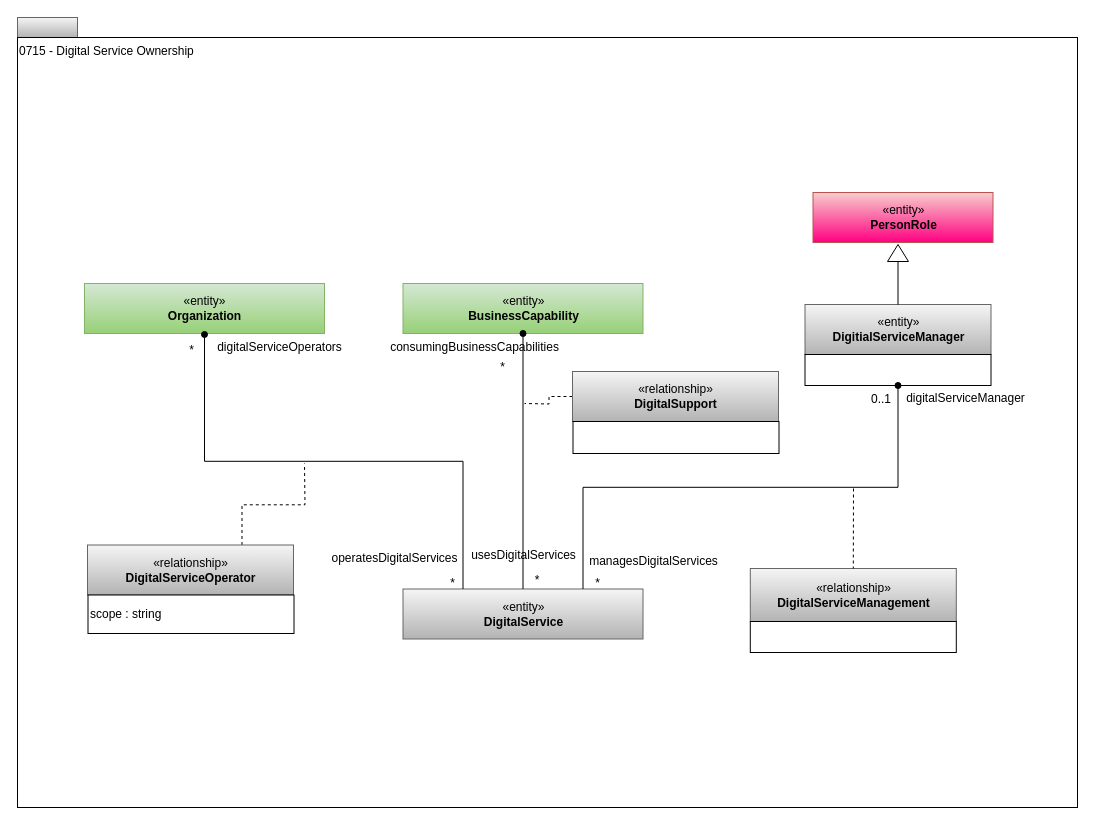
The draw.io diagram page "0715-Digital-Service-Ownership" (3 of 13) of site/docs/types/7/area-7-lineage.drawio in odpi/egeria-docs, before the edit. Source tidied: cells renumbered, new cells numbered last; positions are measured from the earlier drawing's top-left corner, leaving out a move shared by most shapes. Both pictures are drawn from the tidied source at 100%, with x=0, y=0 at pixel (17, 17).
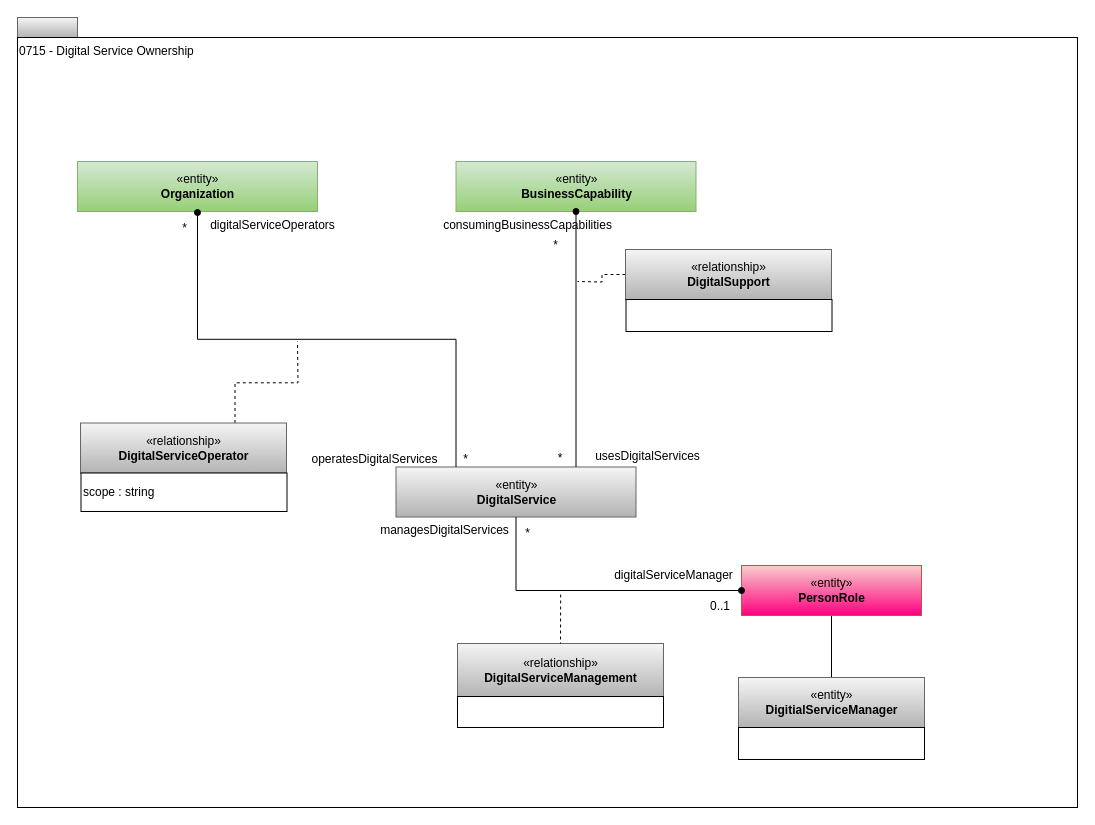
The same diagram, later.

The edit, as a diff of the source:
```diff
@@
     <mxCell id="4" style="edgeStyle=orthogonalEdgeStyle;rounded=0;html=1;exitX=0.75;exitY=0;dashed=1;endArrow=none;endFill=0;jettySize=auto;exitDx=0;exitDy=0;" parent="1" edge="1" source="5">
       <mxGeometry relative="1" as="geometry">
-        <mxPoint x="287" y="446" as="targetPoint" />
+        <mxPoint x="280" y="324" as="targetPoint" />
       </mxGeometry>
     </mxCell>
     <mxCell id="5" value="«relationship»&lt;br&gt;&lt;b&gt;DigitalServiceOperator&lt;/b&gt;" style="html=1;strokeColor=#666666;align=center;fillColor=#f5f5f5;gradientColor=#b3b3b3;" parent="1" vertex="1">
-      <mxGeometry x="70" y="527.5" width="206" height="50" as="geometry" />
+      <mxGeometry x="63" y="405.5" width="206" height="50" as="geometry" />
     </mxCell>
     <mxCell id="6" value="scope : string" style="rounded=0;whiteSpace=wrap;html=1;strokeColor=#000000;gradientColor=#ffffff;align=left;" parent="1" vertex="1">
-      <mxGeometry x="70.5" y="577.5" width="206" height="38.5" as="geometry" />
+      <mxGeometry x="63.5" y="455.5" width="206" height="38.5" as="geometry" />
     </mxCell>
     <mxCell id="7" value="«entity»&lt;br&gt;&lt;b&gt;DigitalService&lt;/b&gt;" style="html=1;strokeColor=#666666;align=center;fillColor=#f5f5f5;gradientColor=#b3b3b3;" parent="1" vertex="1">
-      <mxGeometry x="385.5" y="571.5" width="240" height="50" as="geometry" />
+      <mxGeometry x="378.5" y="449.5" width="240" height="50" as="geometry" />
     </mxCell>
     <mxCell id="8" value="«entity»&lt;br&gt;&lt;b&gt;BusinessCapability&lt;/b&gt;" style="html=1;strokeColor=#82b366;align=center;fillColor=#d5e8d4;gradientColor=#97d077;" parent="1" vertex="1">
-      <mxGeometry x="385.5" y="266" width="240" height="50" as="geometry" />
+      <mxGeometry x="438.5" y="144" width="240" height="50" as="geometry" />
     </mxCell>
     <mxCell id="9" style="edgeStyle=orthogonalEdgeStyle;rounded=0;html=1;exitX=0;exitY=0.5;endArrow=none;endFill=0;jettySize=auto;dashed=1;" parent="1" edge="1" source="10">
       <mxGeometry relative="1" as="geometry">
-        <mxPoint x="507" y="386" as="targetPoint" />
+        <mxPoint x="560" y="264" as="targetPoint" />
       </mxGeometry>
     </mxCell>
     <mxCell id="10" value="«relationship»&lt;br&gt;&lt;b&gt;DigitalSupport&lt;/b&gt;" style="html=1;strokeColor=#666666;align=center;fillColor=#f5f5f5;gradientColor=#b3b3b3;" parent="1" vertex="1">
-      <mxGeometry x="555" y="354" width="206" height="50" as="geometry" />
+      <mxGeometry x="608" y="232" width="206" height="50" as="geometry" />
     </mxCell>
     <mxCell id="11" style="rounded=0;whiteSpace=wrap;html=1;strokeColor=#000000;gradientColor=#ffffff;align=left;" parent="1" vertex="1">
-      <mxGeometry x="555.5" y="404" width="206" height="32" as="geometry" />
+      <mxGeometry x="608.5" y="282" width="206" height="32" as="geometry" />
     </mxCell>
     <mxCell id="12" value="digitalServiceOperators" style="text;html=1;align=center;verticalAlign=top;spacingTop=-4;" parent="1" vertex="1">
-      <mxGeometry x="192" y="320" width="140" height="20" as="geometry" />
+      <mxGeometry x="185" y="198" width="140" height="20" as="geometry" />
     </mxCell>
     <mxCell id="13" value="*" style="text;html=1;align=center;verticalAlign=top;spacingTop=-4;" parent="1" vertex="1">
-      <mxGeometry x="166" y="323" width="15" height="14" as="geometry" />
+      <mxGeometry x="159" y="201" width="15" height="14" as="geometry" />
     </mxCell>
     <mxCell id="14" value="*" style="text;html=1;align=center;verticalAlign=top;spacingTop=-4;" parent="1" vertex="1">
-      <mxGeometry x="427" y="555.5" width="15" height="14" as="geometry" />
+      <mxGeometry x="440" y="432" width="15" height="14" as="geometry" />
     </mxCell>
     <mxCell id="15" value="*" style="text;html=1;align=center;verticalAlign=top;spacingTop=-4;" parent="1" vertex="1">
-      <mxGeometry x="477" y="340" width="15" height="14" as="geometry" />
+      <mxGeometry x="530" y="218" width="15" height="14" as="geometry" />
     </mxCell>
     <mxCell id="16" value="*" style="text;html=1;align=center;verticalAlign=top;spacingTop=-4;" parent="1" vertex="1">
-      <mxGeometry x="572" y="555.5" width="15" height="14" as="geometry" />
+      <mxGeometry x="502.2" y="506" width="15" height="14" as="geometry" />
     </mxCell>
     <mxCell id="17" value="usesDigitalServices" style="text;html=1;align=center;verticalAlign=top;spacingTop=-4;" parent="1" vertex="1">
-      <mxGeometry x="445.5" y="527.5" width="120" height="20" as="geometry" />
+      <mxGeometry x="570" y="429" width="120" height="20" as="geometry" />
     </mxCell>
     <mxCell id="18" value="digitalServiceManager" style="text;html=1;align=center;verticalAlign=top;spacingTop=-4;" parent="1" vertex="1">
-      <mxGeometry x="883" y="371" width="130" height="20" as="geometry" />
+      <mxGeometry x="590.5" y="548" width="130" height="20" as="geometry" />
     </mxCell>
+    <mxCell id="36" style="edgeStyle=orthogonalEdgeStyle;rounded=0;jettySize=auto;html=1;exitX=0.5;exitY=0;exitDx=0;exitDy=0;endArrow=none;endFill=0;" parent="1" edge="1" source="19" target="27">
+      <mxGeometry relative="1" as="geometry" />
+    </mxCell>
     <mxCell id="19" value="«entity»&lt;br&gt;&lt;b&gt;DigitialServiceManager&lt;/b&gt;" style="html=1;strokeColor=#666666;align=center;fillColor=#f5f5f5;gradientColor=#b3b3b3;" parent="1" vertex="1">
-      <mxGeometry x="787.5" y="287" width="186" height="50" as="geometry" />
+      <mxGeometry x="721" y="660" width="186" height="50" as="geometry" />
     </mxCell>
     <mxCell id="20" value="0..1" style="text;html=1;strokeColor=none;fillColor=none;align=center;verticalAlign=middle;whiteSpace=wrap;rounded=0;" parent="1" vertex="1">
-      <mxGeometry x="851" y="373" width="26" height="18" as="geometry" />
+      <mxGeometry x="690" y="580" width="26" height="18" as="geometry" />
     </mxCell>
     <mxCell id="21" value="«relationship»&lt;br&gt;&lt;b&gt;DigitalServiceManagement&lt;/b&gt;" style="html=1;strokeColor=#666666;align=center;fillColor=#f5f5f5;gradientColor=#b3b3b3;" parent="1" vertex="1">
-      <mxGeometry x="732.8" y="551" width="206" height="53" as="geometry" />
+      <mxGeometry x="440" y="626" width="206" height="53" as="geometry" />
     </mxCell>
     <mxCell id="22" style="endArrow=none;dashed=1;html=1;entryX=0.5;entryY=0;entryDx=0;entryDy=0;" parent="1" edge="1" target="21">
       <mxGeometry relative="1" as="geometry">
-        <mxPoint x="836" y="471" as="sourcePoint" />
+        <mxPoint x="543.2" y="577" as="sourcePoint" />
       </mxGeometry>
     </mxCell>
     <mxCell id="23" style="rounded=0;whiteSpace=wrap;html=1;strokeColor=#000000;gradientColor=#ffffff;align=left;" parent="1" vertex="1">
-      <mxGeometry x="732.8" y="604" width="206" height="31" as="geometry" />
+      <mxGeometry x="440" y="679" width="206" height="31" as="geometry" />
     </mxCell>
     <mxCell id="24" value="consumingBusinessCapabilities" style="text;html=1;strokeColor=none;fillColor=none;align=center;verticalAlign=middle;whiteSpace=wrap;rounded=0;" parent="1" vertex="1">
-      <mxGeometry x="406.5" y="320" width="100.5" height="20" as="geometry" />
+      <mxGeometry x="459.5" y="198" width="100.5" height="20" as="geometry" />
     </mxCell>
     <mxCell id="25" value="managesDigitalServices" style="text;html=1;strokeColor=none;fillColor=none;align=center;verticalAlign=middle;whiteSpace=wrap;rounded=0;" parent="1" vertex="1">
-      <mxGeometry x="579" y="533.5" width="115" height="20" as="geometry" />
+      <mxGeometry x="370" y="503" width="115" height="20" as="geometry" />
     </mxCell>
     <mxCell id="26" value="*" style="text;html=1;strokeColor=none;fillColor=none;align=center;verticalAlign=middle;whiteSpace=wrap;rounded=0;" parent="1" vertex="1">
-      <mxGeometry x="507" y="553.5" width="26" height="18" as="geometry" />
+      <mxGeometry x="530" y="431.5" width="26" height="18" as="geometry" />
     </mxCell>
     <mxCell id="27" value="«entity»&lt;br&gt;&lt;b&gt;PersonRole&lt;/b&gt;" style="html=1;strokeColor=#b85450;align=center;fillColor=#f8cecc;gradientColor=#FF0080;" parent="1" vertex="1">
-      <mxGeometry x="795.5" y="175" width="180" height="50" as="geometry" />
+      <mxGeometry x="724" y="548" width="180" height="50" as="geometry" />
     </mxCell>
-    <mxCell id="28" style="edgeStyle=orthogonalEdgeStyle;rounded=0;html=1;exitX=0;exitY=0.5;entryX=0.5;entryY=0;jettySize=auto;endArrow=none;endFill=0;" parent="1" edge="1" source="29" target="19">
-      <mxGeometry relative="1" as="geometry" />
-    </mxCell>
-    <mxCell id="29" style="triangle;whiteSpace=wrap;html=1;strokeColor=#000000;gradientColor=#ffffff;align=center;rotation=-90;" parent="1" vertex="1">
-      <mxGeometry x="872" y="225" width="17" height="21" as="geometry" />
-    </mxCell>
-    <mxCell id="30" style="rounded=0;whiteSpace=wrap;html=1;strokeColor=#000000;gradientColor=#ffffff;align=left;" parent="1" vertex="1">
-      <mxGeometry x="787.5" y="337" width="186" height="31" as="geometry" />
-    </mxCell>
     <mxCell id="31" value="«entity»&lt;br&gt;&lt;b&gt;Organization&lt;/b&gt;" style="html=1;strokeColor=#82b366;align=center;fillColor=#d5e8d4;gradientColor=#97d077;perimeterSpacing=1;" parent="1" vertex="1">
-      <mxGeometry x="67" y="266" width="240" height="50" as="geometry" />
+      <mxGeometry x="60" y="144" width="240" height="50" as="geometry" />
     </mxCell>
     <mxCell id="32" value="operatesDigitalServices" style="text;html=1;align=center;verticalAlign=top;spacingTop=-4;" parent="1" vertex="1">
-      <mxGeometry x="307" y="531" width="140" height="20" as="geometry" />
+      <mxGeometry x="287" y="432" width="140" height="20" as="geometry" />
     </mxCell>
@@
-    <mxCell id="34" style="edgeStyle=orthogonalEdgeStyle;rounded=0;html=1;exitX=0.5;exitY=1;endArrow=none;endFill=0;jettySize=auto;exitDx=0;exitDy=0;startArrow=oval;startFill=1;" parent="1" edge="1" source="8" target="7">
+    <mxCell id="34" style="edgeStyle=orthogonalEdgeStyle;rounded=0;html=1;exitX=0.5;exitY=1;endArrow=none;endFill=0;jettySize=auto;exitDx=0;exitDy=0;startArrow=oval;startFill=1;entryX=0.75;entryY=0;entryDx=0;entryDy=0;" parent="1" edge="1" source="8" target="7">
       <mxGeometry relative="1" as="geometry" />
     </mxCell>
-    <mxCell id="35" style="edgeStyle=orthogonalEdgeStyle;rounded=0;html=1;exitX=0.75;exitY=0;entryX=0.5;entryY=1;jettySize=auto;endArrow=oval;endFill=1;exitDx=0;exitDy=0;entryDx=0;entryDy=0;" parent="1" edge="1" source="7" target="30">
+    <mxCell id="35" style="edgeStyle=orthogonalEdgeStyle;rounded=0;html=1;exitX=0.5;exitY=1;entryX=0;entryY=0.5;jettySize=auto;endArrow=oval;endFill=1;exitDx=0;exitDy=0;entryDx=0;entryDy=0;" parent="1" edge="1" source="7" target="27">
       <mxGeometry relative="1" as="geometry" />
     </mxCell>
+    <mxCell id="37" style="rounded=0;whiteSpace=wrap;html=1;strokeColor=#000000;gradientColor=#ffffff;align=left;" parent="1" vertex="1">
+      <mxGeometry x="721" y="710" width="186" height="32" as="geometry" />
+    </mxCell>
```
